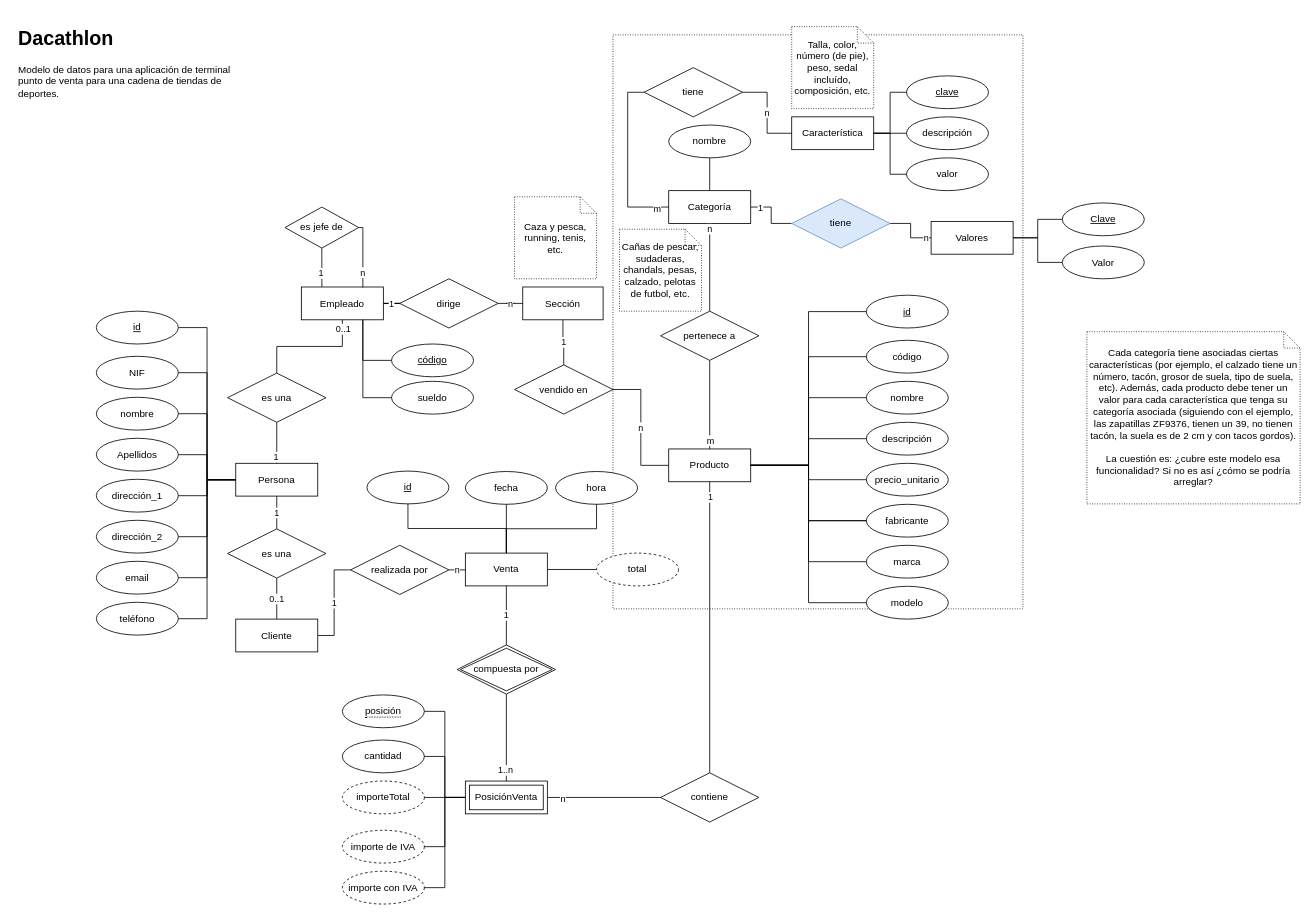
This is page "Modificado" (2 of 2) of BD/Dacathlon/Dacathlon.drawio from Pattov/clases, a draw.io file, before an edit. Source tidied: cells renumbered, new cells numbered last; positions are measured from the earlier drawing's top-left corner, leaving out a move shared by most shapes. Both pictures are drawn from the tidied source at 82%, with x=0, y=0 at pixel (14, 22).
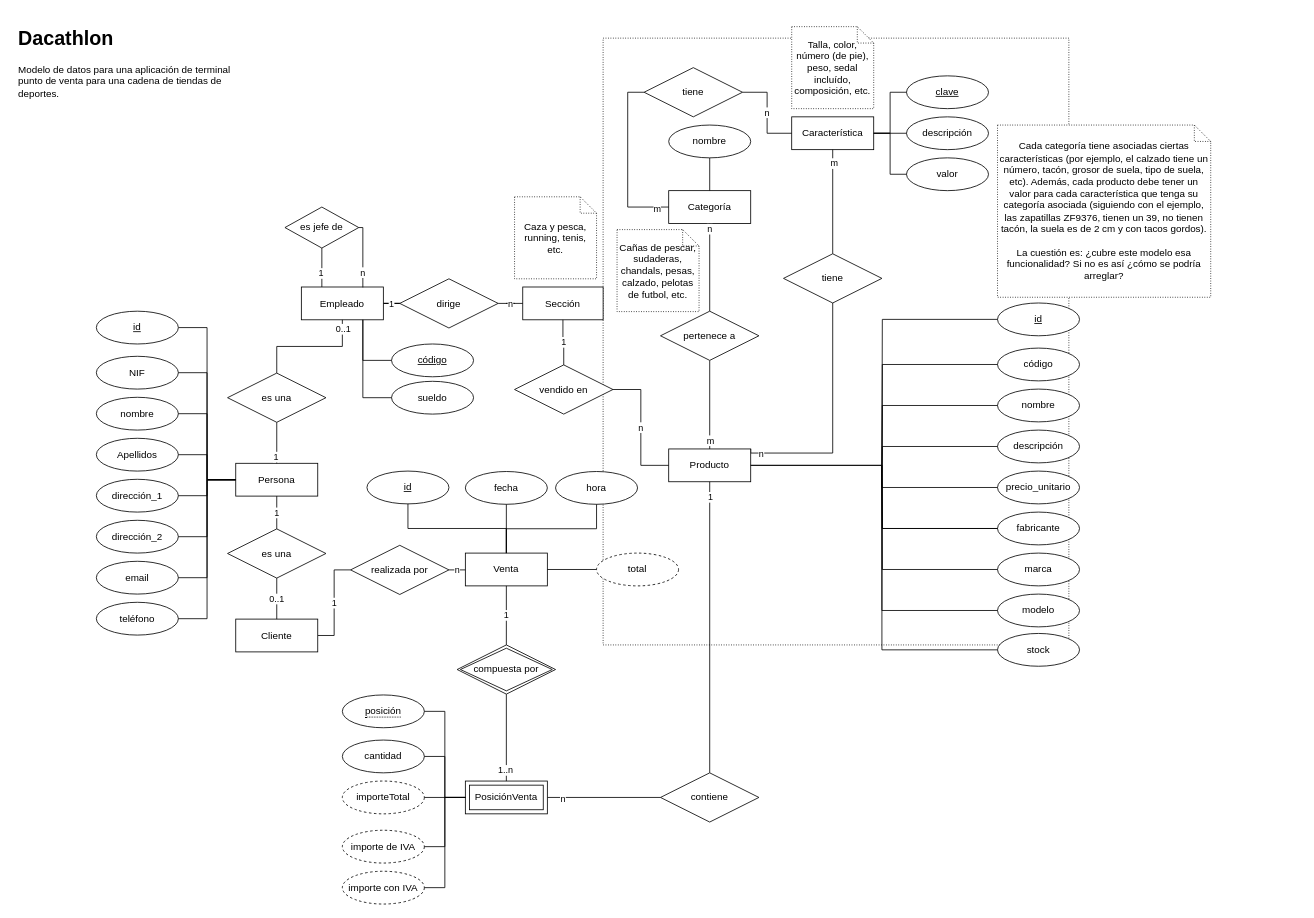
Above is the later version.

The change refers to these unchanged cells:
```xml
<mxCell id="4" value="Producto" style="whiteSpace=wrap;html=1;align=center;" parent="1" vertex="1">
  <mxGeometry x="798" y="520" width="100" height="40" as="geometry" />
</mxCell>
<mxCell id="7" value="Categoría" style="whiteSpace=wrap;html=1;align=center;" parent="1" vertex="1">
  <mxGeometry x="798" y="205" width="100" height="40" as="geometry" />
</mxCell>
<mxCell id="28" value="Característica" style="whiteSpace=wrap;html=1;align=center;" parent="1" vertex="1">
  <mxGeometry x="948" y="115" width="100" height="40" as="geometry" />
</mxCell>
```

Change to the diagram source:
```diff
@@
     <mxCell id="2" style="rounded=0;whiteSpace=wrap;html=1;dashed=1;dashPattern=1 2;" parent="1" vertex="1">
-      <mxGeometry x="730" y="15" width="500" height="700" as="geometry" />
+      <mxGeometry x="718" y="19" width="568" height="740" as="geometry" />
     </mxCell>
@@
+    <mxCell id="130" style="edgeStyle=orthogonalEdgeStyle;rounded=0;jettySize=auto;html=1;exitX=1;exitY=0;exitDx=0;exitDy=0;entryX=0.5;entryY=1;entryDx=0;entryDy=0;endArrow=none;endFill=0;" parent="1" edge="1" source="4" target="124">
+      <mxGeometry relative="1" as="geometry">
+        <Array as="points">
+          <mxPoint x="898" y="525" />
+          <mxPoint x="998" y="525" />
+        </Array>
+      </mxGeometry>
+    </mxCell>
+    <mxCell id="123" value="n" style="edgeLabel;html=1;align=center;verticalAlign=middle;" parent="130" vertex="1">
+      <mxGeometry x="-0.88" relative="1" as="geometry" />
+    </mxCell>
@@
-    <mxCell id="5" style="edgeStyle=orthogonalEdgeStyle;rounded=0;jettySize=auto;html=1;entryX=0;entryY=0.5;entryDx=0;entryDy=0;endArrow=none;endFill=0;" parent="1" edge="1" source="7" target="124">
-      <mxGeometry relative="1" as="geometry" />
-    </mxCell>
-    <mxCell id="6" value="1" style="edgeLabel;html=1;align=center;verticalAlign=middle;" parent="5" vertex="1">
-      <mxGeometry x="-0.41" y="-1" relative="1" as="geometry">
-        <mxPoint x="-10" y="-1" as="offset" />
-      </mxGeometry>
-    </mxCell>
@@
     <mxCell id="20" value="id" style="ellipse;whiteSpace=wrap;html=1;align=center;fontStyle=4;" parent="1" vertex="1">
-      <mxGeometry x="1039" y="332.5" width="100" height="40" as="geometry" />
+      <mxGeometry x="1199" y="342" width="100" height="40" as="geometry" />
     </mxCell>
     <mxCell id="21" value="código" style="ellipse;whiteSpace=wrap;html=1;align=center;" parent="1" vertex="1">
-      <mxGeometry x="1039" y="387.5" width="100" height="40" as="geometry" />
+      <mxGeometry x="1199" y="397" width="100" height="40" as="geometry" />
     </mxCell>
     <mxCell id="22" value="nombre" style="ellipse;whiteSpace=wrap;html=1;align=center;" parent="1" vertex="1">
-      <mxGeometry x="1039" y="437.5" width="100" height="40" as="geometry" />
+      <mxGeometry x="1199" y="447" width="100" height="40" as="geometry" />
     </mxCell>
     <mxCell id="23" value="descripción" style="ellipse;whiteSpace=wrap;html=1;align=center;" parent="1" vertex="1">
-      <mxGeometry x="1039" y="487.5" width="100" height="40" as="geometry" />
+      <mxGeometry x="1199" y="497" width="100" height="40" as="geometry" />
     </mxCell>
     <mxCell id="24" value="precio_unitario" style="ellipse;whiteSpace=wrap;html=1;align=center;" parent="1" vertex="1">
-      <mxGeometry x="1039" y="537.5" width="100" height="40" as="geometry" />
+      <mxGeometry x="1199" y="547" width="100" height="40" as="geometry" />
     </mxCell>
     <mxCell id="25" value="fabricante" style="ellipse;whiteSpace=wrap;html=1;align=center;" parent="1" vertex="1">
-      <mxGeometry x="1039" y="587.5" width="100" height="40" as="geometry" />
+      <mxGeometry x="1199" y="597" width="100" height="40" as="geometry" />
     </mxCell>
     <mxCell id="26" value="marca" style="ellipse;whiteSpace=wrap;html=1;align=center;" parent="1" vertex="1">
-      <mxGeometry x="1039" y="637.5" width="100" height="40" as="geometry" />
+      <mxGeometry x="1199" y="647" width="100" height="40" as="geometry" />
     </mxCell>
     <mxCell id="27" value="modelo" style="ellipse;whiteSpace=wrap;html=1;align=center;" parent="1" vertex="1">
-      <mxGeometry x="1039" y="687.5" width="100" height="40" as="geometry" />
+      <mxGeometry x="1199" y="697" width="100" height="40" as="geometry" />
     </mxCell>
@@
-    <mxCell id="52" style="edgeStyle=orthogonalEdgeStyle;rounded=0;jettySize=auto;html=1;exitX=0;exitY=0.5;exitDx=0;exitDy=0;entryX=1;entryY=0.5;entryDx=0;entryDy=0;endArrow=none;endFill=0;" parent="1" edge="1" source="20" target="4">
-      <mxGeometry relative="1" as="geometry" />
+    <mxCell id="52" style="edgeStyle=orthogonalEdgeStyle;rounded=0;jettySize=auto;html=1;exitX=0;exitY=0.5;exitDx=0;exitDy=0;entryX=1;entryY=0.5;entryDx=0;entryDy=0;endArrow=none;endFill=0;" parent="1" edge="1" source="20">
+      <mxGeometry relative="1" as="geometry">
+        <mxPoint x="1058" y="549.5" as="targetPoint" />
+      </mxGeometry>
     </mxCell>
-    <mxCell id="53" style="edgeStyle=orthogonalEdgeStyle;rounded=0;jettySize=auto;html=1;exitX=0;exitY=0.5;exitDx=0;exitDy=0;entryX=1;entryY=0.5;entryDx=0;entryDy=0;endArrow=none;endFill=0;" parent="1" edge="1" source="21" target="4">
-      <mxGeometry relative="1" as="geometry" />
+    <mxCell id="53" style="edgeStyle=orthogonalEdgeStyle;rounded=0;jettySize=auto;html=1;exitX=0;exitY=0.5;exitDx=0;exitDy=0;entryX=1;entryY=0.5;entryDx=0;entryDy=0;endArrow=none;endFill=0;" parent="1" edge="1" source="21">
+      <mxGeometry relative="1" as="geometry">
+        <mxPoint x="1058" y="549.5" as="targetPoint" />
+      </mxGeometry>
     </mxCell>
-    <mxCell id="54" style="edgeStyle=orthogonalEdgeStyle;rounded=0;jettySize=auto;html=1;exitX=0;exitY=0.5;exitDx=0;exitDy=0;entryX=1;entryY=0.5;entryDx=0;entryDy=0;endArrow=none;endFill=0;" parent="1" edge="1" source="22" target="4">
-      <mxGeometry relative="1" as="geometry" />
+    <mxCell id="54" style="edgeStyle=orthogonalEdgeStyle;rounded=0;jettySize=auto;html=1;exitX=0;exitY=0.5;exitDx=0;exitDy=0;entryX=1;entryY=0.5;entryDx=0;entryDy=0;endArrow=none;endFill=0;" parent="1" edge="1" source="22">
+      <mxGeometry relative="1" as="geometry">
+        <mxPoint x="1058" y="549.5" as="targetPoint" />
+      </mxGeometry>
     </mxCell>
-    <mxCell id="55" style="edgeStyle=orthogonalEdgeStyle;rounded=0;jettySize=auto;html=1;exitX=0;exitY=0.5;exitDx=0;exitDy=0;entryX=1;entryY=0.5;entryDx=0;entryDy=0;endArrow=none;endFill=0;" parent="1" edge="1" source="23" target="4">
-      <mxGeometry relative="1" as="geometry" />
+    <mxCell id="55" style="edgeStyle=orthogonalEdgeStyle;rounded=0;jettySize=auto;html=1;exitX=0;exitY=0.5;exitDx=0;exitDy=0;entryX=1;entryY=0.5;entryDx=0;entryDy=0;endArrow=none;endFill=0;" parent="1" edge="1" source="23">
+      <mxGeometry relative="1" as="geometry">
+        <mxPoint x="1058" y="549.5" as="targetPoint" />
+      </mxGeometry>
     </mxCell>
-    <mxCell id="56" style="edgeStyle=orthogonalEdgeStyle;rounded=0;jettySize=auto;html=1;exitX=0;exitY=0.5;exitDx=0;exitDy=0;entryX=1;entryY=0.5;entryDx=0;entryDy=0;endArrow=none;endFill=0;" parent="1" edge="1" source="24" target="4">
-      <mxGeometry relative="1" as="geometry" />
+    <mxCell id="56" style="edgeStyle=orthogonalEdgeStyle;rounded=0;jettySize=auto;html=1;exitX=0;exitY=0.5;exitDx=0;exitDy=0;entryX=1;entryY=0.5;entryDx=0;entryDy=0;endArrow=none;endFill=0;" parent="1" edge="1" source="24">
+      <mxGeometry relative="1" as="geometry">
+        <mxPoint x="1058" y="549.5" as="targetPoint" />
+        <Array as="points">
+          <mxPoint x="1058" y="567" />
+        </Array>
+      </mxGeometry>
     </mxCell>
-    <mxCell id="57" style="edgeStyle=orthogonalEdgeStyle;rounded=0;jettySize=auto;html=1;exitX=0;exitY=0.5;exitDx=0;exitDy=0;entryX=1;entryY=0.5;entryDx=0;entryDy=0;endArrow=none;endFill=0;" parent="1" edge="1" source="25" target="4">
-      <mxGeometry relative="1" as="geometry" />
+    <mxCell id="57" style="edgeStyle=orthogonalEdgeStyle;rounded=0;jettySize=auto;html=1;exitX=0;exitY=0.5;exitDx=0;exitDy=0;entryX=1;entryY=0.5;entryDx=0;entryDy=0;endArrow=none;endFill=0;" parent="1" edge="1" source="25">
+      <mxGeometry relative="1" as="geometry">
+        <mxPoint x="1058" y="549.5" as="targetPoint" />
+      </mxGeometry>
     </mxCell>
-    <mxCell id="58" style="edgeStyle=orthogonalEdgeStyle;rounded=0;jettySize=auto;html=1;exitX=0;exitY=0.5;exitDx=0;exitDy=0;entryX=1;entryY=0.5;entryDx=0;entryDy=0;endArrow=none;endFill=0;" parent="1" edge="1" source="25" target="4">
-      <mxGeometry relative="1" as="geometry" />
+    <mxCell id="58" style="edgeStyle=orthogonalEdgeStyle;rounded=0;jettySize=auto;html=1;exitX=0;exitY=0.5;exitDx=0;exitDy=0;entryX=1;entryY=0.5;entryDx=0;entryDy=0;endArrow=none;endFill=0;" parent="1" edge="1" source="25">
+      <mxGeometry relative="1" as="geometry">
+        <mxPoint x="1058" y="549.5" as="targetPoint" />
+      </mxGeometry>
     </mxCell>
-    <mxCell id="59" style="edgeStyle=orthogonalEdgeStyle;rounded=0;jettySize=auto;html=1;exitX=0;exitY=0.5;exitDx=0;exitDy=0;entryX=1;entryY=0.5;entryDx=0;entryDy=0;endArrow=none;endFill=0;" parent="1" edge="1" source="26" target="4">
-      <mxGeometry relative="1" as="geometry" />
+    <mxCell id="59" style="edgeStyle=orthogonalEdgeStyle;rounded=0;jettySize=auto;html=1;exitX=0;exitY=0.5;exitDx=0;exitDy=0;entryX=1;entryY=0.5;entryDx=0;entryDy=0;endArrow=none;endFill=0;" parent="1" edge="1" source="26">
+      <mxGeometry relative="1" as="geometry">
+        <mxPoint x="1058" y="549.5" as="targetPoint" />
+      </mxGeometry>
     </mxCell>
     <mxCell id="60" style="edgeStyle=orthogonalEdgeStyle;rounded=0;jettySize=auto;html=1;exitX=1;exitY=0.5;exitDx=0;exitDy=0;entryX=0;entryY=0.5;entryDx=0;entryDy=0;endArrow=none;endFill=0;" parent="1" edge="1" source="4" target="27">
-      <mxGeometry relative="1" as="geometry" />
+      <mxGeometry relative="1" as="geometry">
+        <Array as="points">
+          <mxPoint x="1058" y="540" />
+          <mxPoint x="1058" y="717" />
+        </Array>
+      </mxGeometry>
     </mxCell>
@@
     <mxCell id="117" value="Cañas de pescar, sudaderas, chandals, pesas, calzado, pelotas de futbol, etc." style="shape=note;size=20;whiteSpace=wrap;html=1;dashed=1;dashPattern=1 2;" parent="1" vertex="1">
-      <mxGeometry x="738" y="252" width="100" height="100" as="geometry" />
+      <mxGeometry x="735" y="252.5" width="100" height="100" as="geometry" />
     </mxCell>
@@
     <mxCell id="119" value="Cada categoría tiene asociadas ciertas características (por ejemplo, el calzado tiene un número, tacón, grosor de suela, tipo de suela, etc). Además, cada producto debe tener un valor para cada característica que tenga su categoría asociada (siguiendo con el ejemplo, las zapatillas ZF9376, tienen un 39, no tienen tacón, la suela es de 2 cm y con tacos gordos).&lt;br&gt;&lt;br&gt;La cuestión es: ¿cubre este modelo esa funcionalidad? Si no es así ¿cómo se podría arreglar?" style="shape=note;size=20;whiteSpace=wrap;html=1;dashed=1;dashPattern=1 2;" parent="1" vertex="1">
-      <mxGeometry x="1308" y="377" width="260" height="210" as="geometry" />
+      <mxGeometry x="1199" y="125" width="260" height="210" as="geometry" />
     </mxCell>
@@
-    <mxCell id="122" style="edgeStyle=orthogonalEdgeStyle;rounded=0;jettySize=auto;html=1;entryX=0;entryY=0.5;entryDx=0;entryDy=0;endArrow=none;endFill=0;" parent="1" edge="1" source="124" target="125">
-      <mxGeometry relative="1" as="geometry" />
-    </mxCell>
-    <mxCell id="123" value="n" style="edgeLabel;html=1;align=center;verticalAlign=middle;" parent="122" vertex="1">
-      <mxGeometry x="0.82" relative="1" as="geometry" />
-    </mxCell>
+    <mxCell id="131" style="edgeStyle=orthogonalEdgeStyle;rounded=0;jettySize=auto;html=1;entryX=0.5;entryY=1;entryDx=0;entryDy=0;endArrow=none;endFill=0;" parent="1" edge="1" source="124" target="28">
+      <mxGeometry relative="1" as="geometry" />
+    </mxCell>
+    <mxCell id="132" value="m" style="edgeLabel;html=1;align=center;verticalAlign=middle;" parent="131" vertex="1">
+      <mxGeometry x="0.75" y="-1" relative="1" as="geometry" />
+    </mxCell>
-    <mxCell id="124" value="tiene" style="shape=rhombus;perimeter=rhombusPerimeter;whiteSpace=wrap;html=1;align=center;fillColor=#dae8fc;strokeColor=#6c8ebf;" parent="1" vertex="1">
-      <mxGeometry x="948" y="215" width="120" height="60" as="geometry" />
+    <mxCell id="124" value="tiene" style="shape=rhombus;perimeter=rhombusPerimeter;whiteSpace=wrap;html=1;align=center;" parent="1" vertex="1">
+      <mxGeometry x="938" y="282" width="120" height="60" as="geometry" />
     </mxCell>
-    <mxCell id="125" value="Valores" style="whiteSpace=wrap;html=1;align=center;" parent="1" vertex="1">
-      <mxGeometry x="1118" y="242.5" width="100" height="40" as="geometry" />
-    </mxCell>
-    <mxCell id="126" style="edgeStyle=orthogonalEdgeStyle;rounded=0;jettySize=auto;html=1;entryX=1;entryY=0.5;entryDx=0;entryDy=0;endArrow=none;endFill=0;" parent="1" edge="1" source="127" target="125">
-      <mxGeometry relative="1" as="geometry" />
-    </mxCell>
-    <mxCell id="127" value="Clave" style="ellipse;whiteSpace=wrap;html=1;align=center;fontStyle=4;" parent="1" vertex="1">
-      <mxGeometry x="1278" y="220" width="100" height="40" as="geometry" />
-    </mxCell>
-    <mxCell id="128" style="edgeStyle=orthogonalEdgeStyle;rounded=0;jettySize=auto;html=1;entryX=1;entryY=0.5;entryDx=0;entryDy=0;endArrow=none;endFill=0;" parent="1" edge="1" source="129" target="125">
-      <mxGeometry relative="1" as="geometry" />
-    </mxCell>
-    <mxCell id="129" value="Valor" style="ellipse;whiteSpace=wrap;html=1;align=center;" parent="1" vertex="1">
-      <mxGeometry x="1278" y="272.5" width="100" height="40" as="geometry" />
-    </mxCell>
+    <mxCell id="133" style="edgeStyle=orthogonalEdgeStyle;rounded=0;jettySize=auto;html=1;exitX=0;exitY=0.5;exitDx=0;exitDy=0;entryX=1;entryY=0.5;entryDx=0;entryDy=0;endArrow=none;endFill=0;" parent="1" edge="1" source="134" target="4">
+      <mxGeometry relative="1" as="geometry">
+        <Array as="points">
+          <mxPoint x="1058" y="765" />
+          <mxPoint x="1058" y="540" />
+        </Array>
+      </mxGeometry>
+    </mxCell>
+    <mxCell id="134" value="stock" style="ellipse;whiteSpace=wrap;html=1;align=center;" parent="1" vertex="1">
+      <mxGeometry x="1199" y="745" width="100" height="40" as="geometry" />
+    </mxCell>
```
